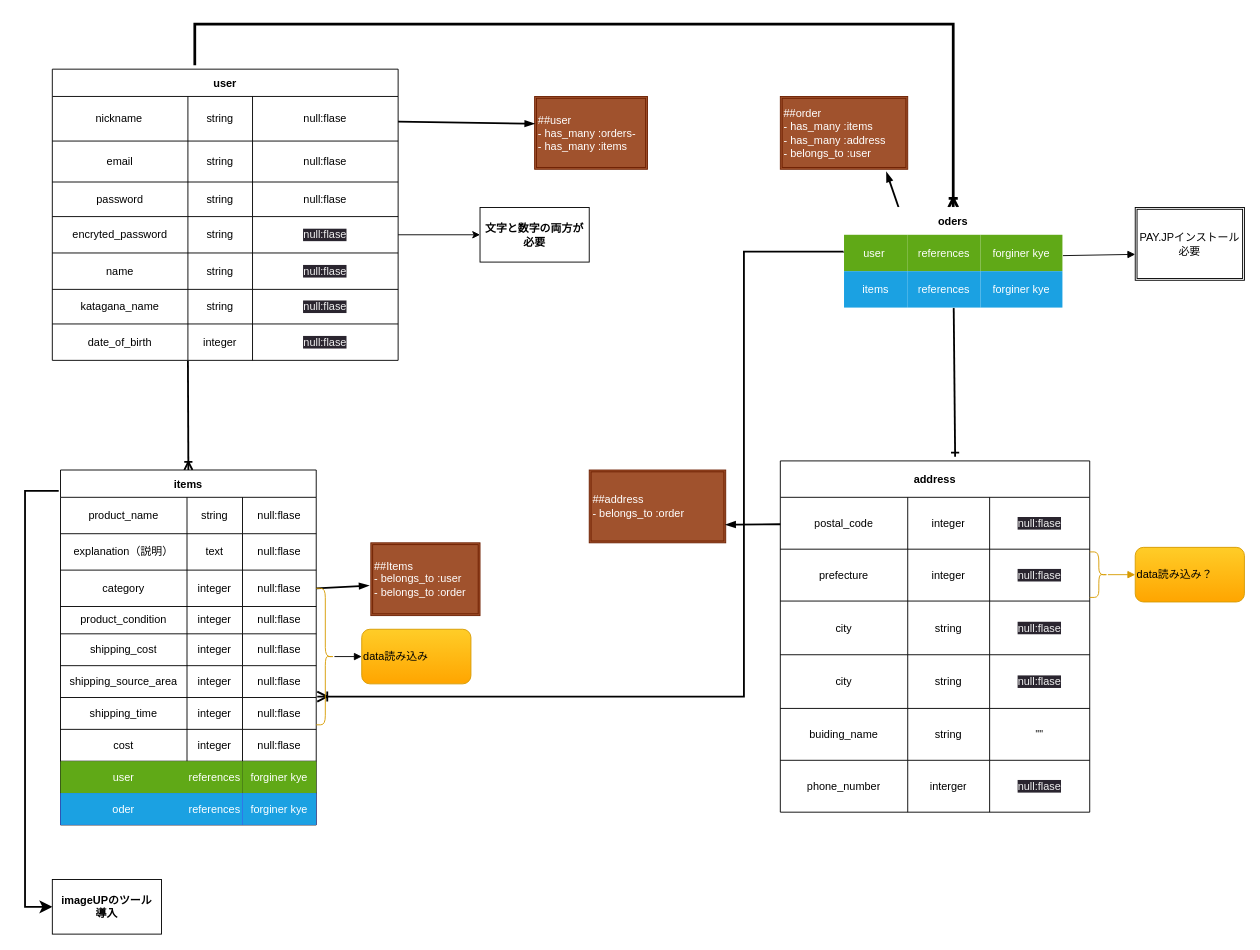
The draw.io diagram Tabel.dio in HaNguyen32/furima-39623, before the edit. Source tidied: cells renumbered, new cells numbered last; positions are measured from the earlier drawing's top-left corner, leaving out a move shared by most shapes. Both pictures are drawn from the tidied source at 91%, with x=0, y=0 at pixel (25, -4).
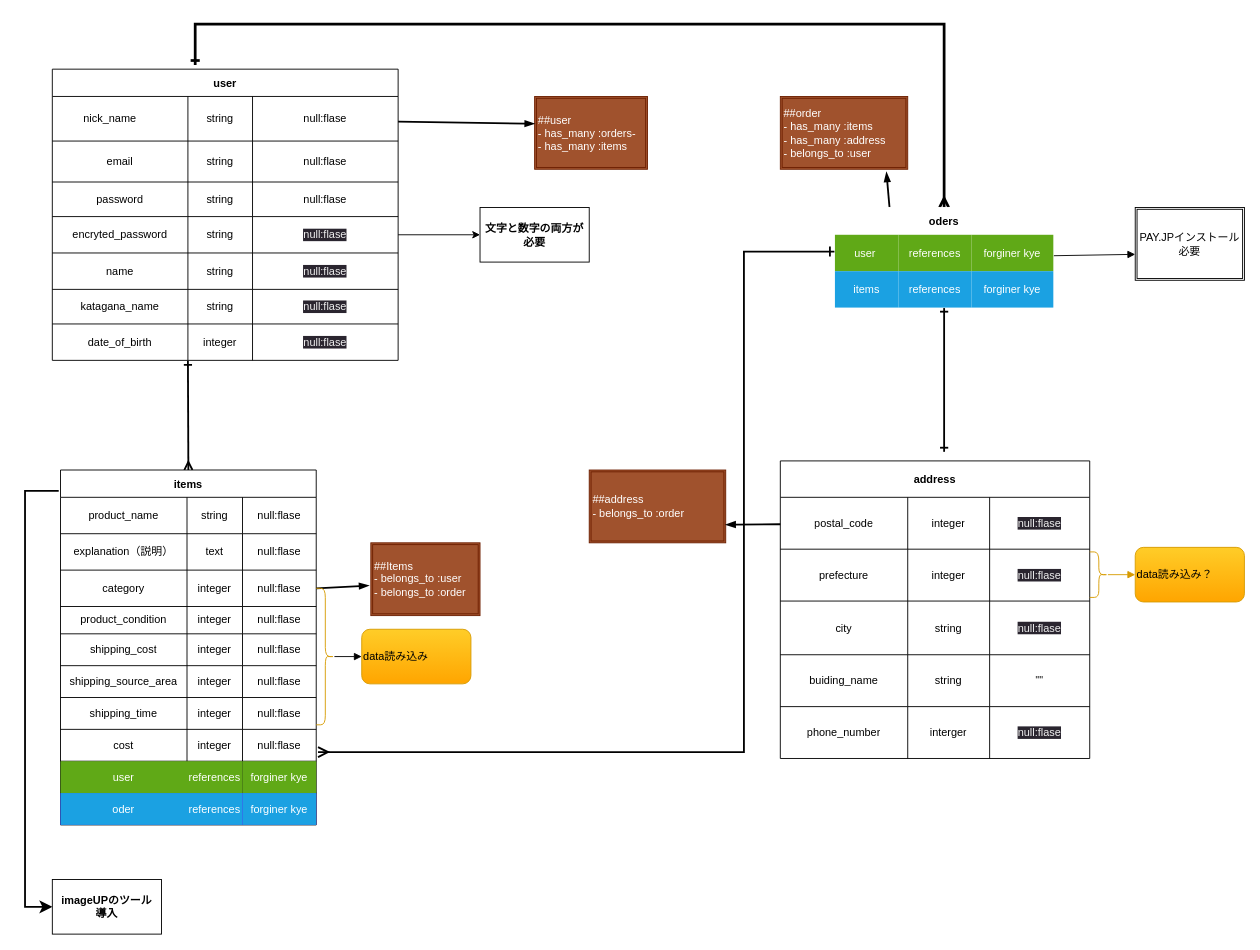
After the change.

Unchanged cells that the change refers to:
```xml
<mxCell id="3" value="user" style="shape=table;startSize=30;childLayout=tableLayout;fontStyle=1;align=center;" parent="1" vertex="1">
  <mxGeometry x="30" y="79.5" width="380" height="320" as="geometry" />
</mxCell>
<mxCell id="4" style="shape=tableRow;horizontal=0;startSize=0;swimlaneHead=0;swimlaneBody=0;top=0;left=0;bottom=0;right=0;fillColor=none;points=[[0,0.5],[1,0.5]];portConstraint=eastwest;" parent="3" vertex="1">
  <mxGeometry y="30" width="380" height="49" as="geometry" />
</mxCell>
<mxCell id="33" value="items" style="shape=table;startSize=30;childLayout=tableLayout;fontStyle=1;align=center;" parent="1" vertex="1">
  <mxGeometry x="39" y="520" width="281" height="390" as="geometry" />
</mxCell>
<mxCell id="58" style="shape=tableRow;horizontal=0;startSize=0;swimlaneHead=0;swimlaneBody=0;top=0;left=0;bottom=0;right=0;fillColor=none;points=[[0,0.5],[1,0.5]];portConstraint=eastwest;" parent="33" vertex="1">
  <mxGeometry y="250" width="281" height="35" as="geometry" />
</mxCell>
<mxCell id="62" style="shape=tableRow;horizontal=0;startSize=0;swimlaneHead=0;swimlaneBody=0;top=0;left=0;bottom=0;right=0;fillColor=none;points=[[0,0.5],[1,0.5]];portConstraint=eastwest;" parent="33" vertex="1">
  <mxGeometry y="285" width="281" height="35" as="geometry" />
</mxCell>
<mxCell id="111" style="shape=tableRow;horizontal=0;startSize=0;swimlaneHead=0;swimlaneBody=0;top=0;left=0;bottom=0;right=0;fillColor=none;points=[[0,0.5],[1,0.5]];portConstraint=eastwest;strokeColor=#FFFFFF;" parent="110" vertex="1">
  <mxGeometry y="30" width="240" height="40" as="geometry" />
</mxCell>
```

Diff of the diagram source:
```diff
@@
-    <mxCell id="2" style="edgeStyle=none;html=1;strokeWidth=2;endArrow=ERoneToMany;endFill=0;startSize=6;entryX=0.5;entryY=0;entryDx=0;entryDy=0;" parent="1" edge="1" target="33">
+    <mxCell id="2" style="edgeStyle=none;html=1;strokeWidth=2;endArrow=ERmany;endFill=0;startSize=6;entryX=0.5;entryY=0;entryDx=0;entryDy=0;startArrow=ERone;startFill=0;" parent="1" edge="1" target="33">
       <mxGeometry relative="1" as="geometry">
         <mxPoint x="179" y="400" as="sourcePoint" />
       </mxGeometry>
     </mxCell>
@@
-    <mxCell id="5" value="nickname&lt;span style=&quot;white-space: pre;&quot;&gt;&#9;&lt;/span&gt;" style="shape=partialRectangle;html=1;whiteSpace=wrap;fillColor=none;top=0;left=0;bottom=0;right=0;overflow=hidden;" parent="4" vertex="1">
+    <mxCell id="5" value="nick_name&lt;span style=&quot;white-space: pre;&quot;&gt;&#9;&lt;/span&gt;" style="shape=partialRectangle;html=1;whiteSpace=wrap;fillColor=none;top=0;left=0;bottom=0;right=0;overflow=hidden;" parent="4" vertex="1">
       <mxGeometry width="149" height="49" as="geometry" />
     </mxCell>
@@
     <mxCell id="75" value="address" style="shape=table;startSize=40;childLayout=tableLayout;fontStyle=1;align=center;" parent="1" vertex="1">
-      <mxGeometry x="830" y="510" width="340" height="386" as="geometry" />
+      <mxGeometry x="830" y="510" width="340" height="327" as="geometry" />
     </mxCell>
@@
-    <mxCell id="88" style="shape=tableRow;horizontal=0;startSize=0;swimlaneHead=0;swimlaneBody=0;top=0;left=0;bottom=0;right=0;fillColor=none;" parent="75" vertex="1">
-      <mxGeometry y="213" width="340" height="59" as="geometry" />
-    </mxCell>
-    <mxCell id="89" value="city" style="shape=partialRectangle;html=1;whiteSpace=wrap;fillColor=none;top=0;left=0;bottom=0;right=0;overflow=hidden;" parent="88" vertex="1">
-      <mxGeometry width="140" height="59" as="geometry" />
-    </mxCell>
-    <mxCell id="90" value="string" style="shape=partialRectangle;html=1;whiteSpace=wrap;fillColor=none;top=0;left=0;bottom=0;right=0;overflow=hidden;" parent="88" vertex="1">
-      <mxGeometry x="140" width="90" height="59" as="geometry" />
-    </mxCell>
-    <mxCell id="91" value="&lt;span style=&quot;color: rgb(240, 240, 240); font-family: Helvetica; font-size: 12px; font-style: normal; font-variant-ligatures: normal; font-variant-caps: normal; font-weight: 400; letter-spacing: normal; orphans: 2; text-align: center; text-indent: 0px; text-transform: none; widows: 2; word-spacing: 0px; -webkit-text-stroke-width: 0px; background-color: rgb(42, 37, 47); text-decoration-thickness: initial; text-decoration-style: initial; text-decoration-color: initial; float: none; display: inline !important;&quot;&gt;null:flase&lt;/span&gt;" style="shape=partialRectangle;html=1;whiteSpace=wrap;fillColor=none;top=0;left=0;bottom=0;right=0;overflow=hidden;" parent="88" vertex="1">
-      <mxGeometry x="230" width="110" height="59" as="geometry" />
-    </mxCell>
     <mxCell id="92" style="shape=tableRow;horizontal=0;startSize=0;swimlaneHead=0;swimlaneBody=0;top=0;left=0;bottom=0;right=0;fillColor=none;" parent="75" vertex="1">
-      <mxGeometry y="272" width="340" height="57" as="geometry" />
+      <mxGeometry y="213" width="340" height="57" as="geometry" />
     </mxCell>
@@
     <mxCell id="96" style="shape=tableRow;horizontal=0;startSize=0;swimlaneHead=0;swimlaneBody=0;top=0;left=0;bottom=0;right=0;fillColor=none;" parent="75" vertex="1">
-      <mxGeometry y="329" width="340" height="57" as="geometry" />
+      <mxGeometry y="270" width="340" height="57" as="geometry" />
     </mxCell>
@@
-    <mxCell id="101" style="edgeStyle=elbowEdgeStyle;elbow=vertical;endArrow=ERoneToMany;html=1;curved=0;rounded=0;endFill=0;exitX=0.412;exitY=-0.013;exitDx=0;exitDy=0;exitPerimeter=0;startSize=6;strokeWidth=3;entryX=0.5;entryY=0;entryDx=0;entryDy=0;" parent="1" edge="1" source="3" target="110">
+    <mxCell id="101" style="edgeStyle=elbowEdgeStyle;elbow=vertical;endArrow=ERmany;html=1;curved=0;rounded=0;endFill=0;startSize=6;strokeWidth=3;entryX=0.5;entryY=0;entryDx=0;entryDy=0;startArrow=ERone;startFill=0;" parent="1" edge="1" target="110">
       <mxGeometry relative="1" as="geometry">
+        <mxPoint x="187" y="75" as="sourcePoint" />
         <Array as="points">
           <mxPoint x="840" y="30" />
           <mxPoint x="530" y="30" />
           <mxPoint x="170" y="20" />
           <mxPoint x="870" y="120" />
           <mxPoint x="130" y="50" />
           <mxPoint x="140" y="20" />
           <mxPoint x="390" />
         </Array>
       </mxGeometry>
     </mxCell>
@@
-    <mxCell id="103" style="edgeStyle=segmentEdgeStyle;endArrow=ERoneToMany;html=1;curved=0;rounded=0;endSize=8;startSize=8;strokeWidth=2;endFill=0;entryX=1.004;entryY=-0.029;entryDx=0;entryDy=0;entryPerimeter=0;exitX=0;exitY=0.5;exitDx=0;exitDy=0;" parent="1" edge="1" source="111" target="58">
+    <mxCell id="103" style="edgeStyle=segmentEdgeStyle;endArrow=ERmany;html=1;curved=0;rounded=0;endSize=8;startSize=8;strokeWidth=2;endFill=0;startArrow=ERone;startFill=0;entryX=1.007;entryY=0.714;entryDx=0;entryDy=0;entryPerimeter=0;" parent="1" edge="1" target="62">
       <mxGeometry relative="1" as="geometry">
+        <mxPoint x="890" y="280" as="sourcePoint" />
         <Array as="points">
-          <mxPoint x="900" y="280" />
           <mxPoint x="790" y="280" />
-          <mxPoint x="790" y="769" />
+          <mxPoint x="790" y="830" />
         </Array>
       </mxGeometry>
     </mxCell>
@@
-    <mxCell id="107" style="edgeStyle=none;html=1;entryX=0.565;entryY=-0.012;entryDx=0;entryDy=0;entryPerimeter=0;strokeWidth=2;endArrow=ERone;endFill=0;startSize=6;" parent="1" edge="1" source="110" target="75">
-      <mxGeometry relative="1" as="geometry" />
+    <mxCell id="107" style="edgeStyle=none;html=1;strokeWidth=2;endArrow=ERone;endFill=0;startSize=6;startArrow=ERone;startFill=0;" parent="1" edge="1" source="110">
+      <mxGeometry relative="1" as="geometry">
+        <mxPoint x="1010" y="500" as="targetPoint" />
+      </mxGeometry>
     </mxCell>
@@
     <mxCell id="110" value="oders" style="shape=table;startSize=30;childLayout=tableLayout;fontStyle=1;align=center;strokeColor=#FFFFFF;" parent="1" vertex="1">
-      <mxGeometry x="900" y="231.5" width="240" height="110" as="geometry" />
+      <mxGeometry x="890" y="231.5" width="240" height="110" as="geometry" />
     </mxCell>
```
